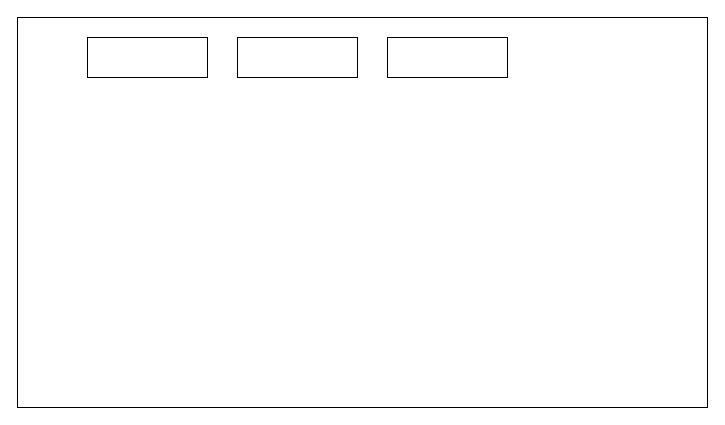
Earlier version of the draw.io diagram devcloud/ui.drawio (is-Xiaoen/DevCloud). Source tidied: cells renumbered, new cells numbered last; positions are measured from the earlier drawing's top-left corner, leaving out a move shared by most shapes. Both pictures are drawn from the tidied source at 100%, with x=0, y=0 at pixel (17, 17).
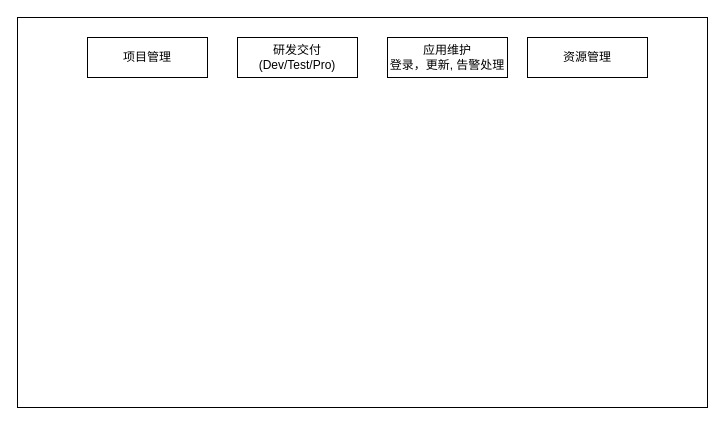
After the change.

Change to the diagram source:
```diff
@@
 <mxGraphModel>
   <root>
     <mxCell id="0" />
     <mxCell id="1" parent="0" />
     <mxCell id="2" style="rounded=0;whiteSpace=wrap;html=1;" parent="1" vertex="1">
       <mxGeometry width="690" height="390" as="geometry" />
     </mxCell>
-    <mxCell id="3" style="rounded=0;whiteSpace=wrap;html=1;" parent="1" vertex="1">
+    <mxCell id="3" value="项目管理" style="rounded=0;whiteSpace=wrap;html=1;" parent="1" vertex="1">
       <mxGeometry x="70" y="20" width="120" height="40" as="geometry" />
     </mxCell>
-    <mxCell id="4" style="rounded=0;whiteSpace=wrap;html=1;" parent="1" vertex="1">
+    <mxCell id="4" value="研发交付(Dev/Test/Pro)" style="rounded=0;whiteSpace=wrap;html=1;" parent="1" vertex="1">
       <mxGeometry x="220" y="20" width="120" height="40" as="geometry" />
     </mxCell>
-    <mxCell id="5" style="rounded=0;whiteSpace=wrap;html=1;" parent="1" vertex="1">
+    <mxCell id="5" value="应用维护&lt;div&gt;登录，更新, 告警处理&lt;/div&gt;" style="rounded=0;whiteSpace=wrap;html=1;" parent="1" vertex="1">
       <mxGeometry x="370" y="20" width="120" height="40" as="geometry" />
     </mxCell>
+    <mxCell id="6" value="资源管理" style="rounded=0;whiteSpace=wrap;html=1;" parent="1" vertex="1">
+      <mxGeometry x="510" y="20" width="120" height="40" as="geometry" />
+    </mxCell>
   </root>
 </mxGraphModel>
```
